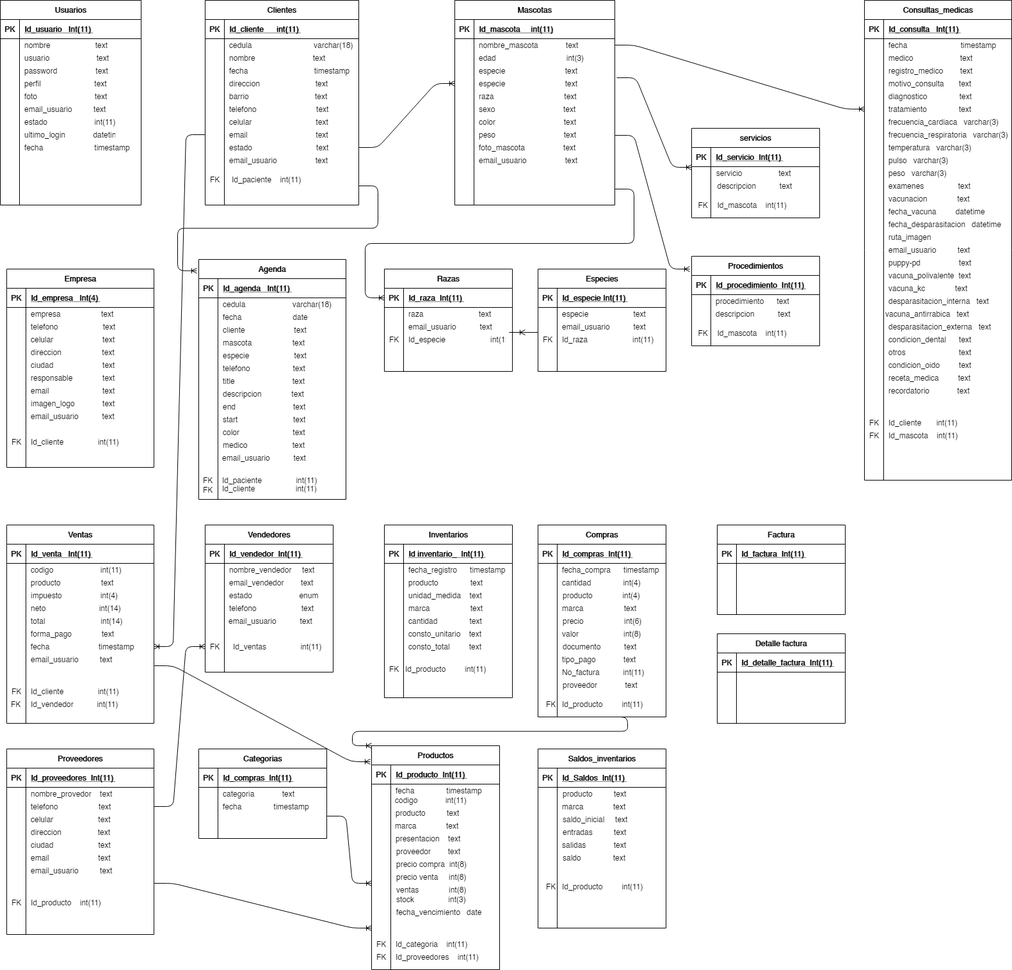
The draw.io diagram Untitled Diagram.png in heberthm/ejemplos-blog, before a commit. Source tidied: cells renumbered, new cells last; positions are measured from the earlier drawing's top-left corner, leaving out a move shared by most shapes.
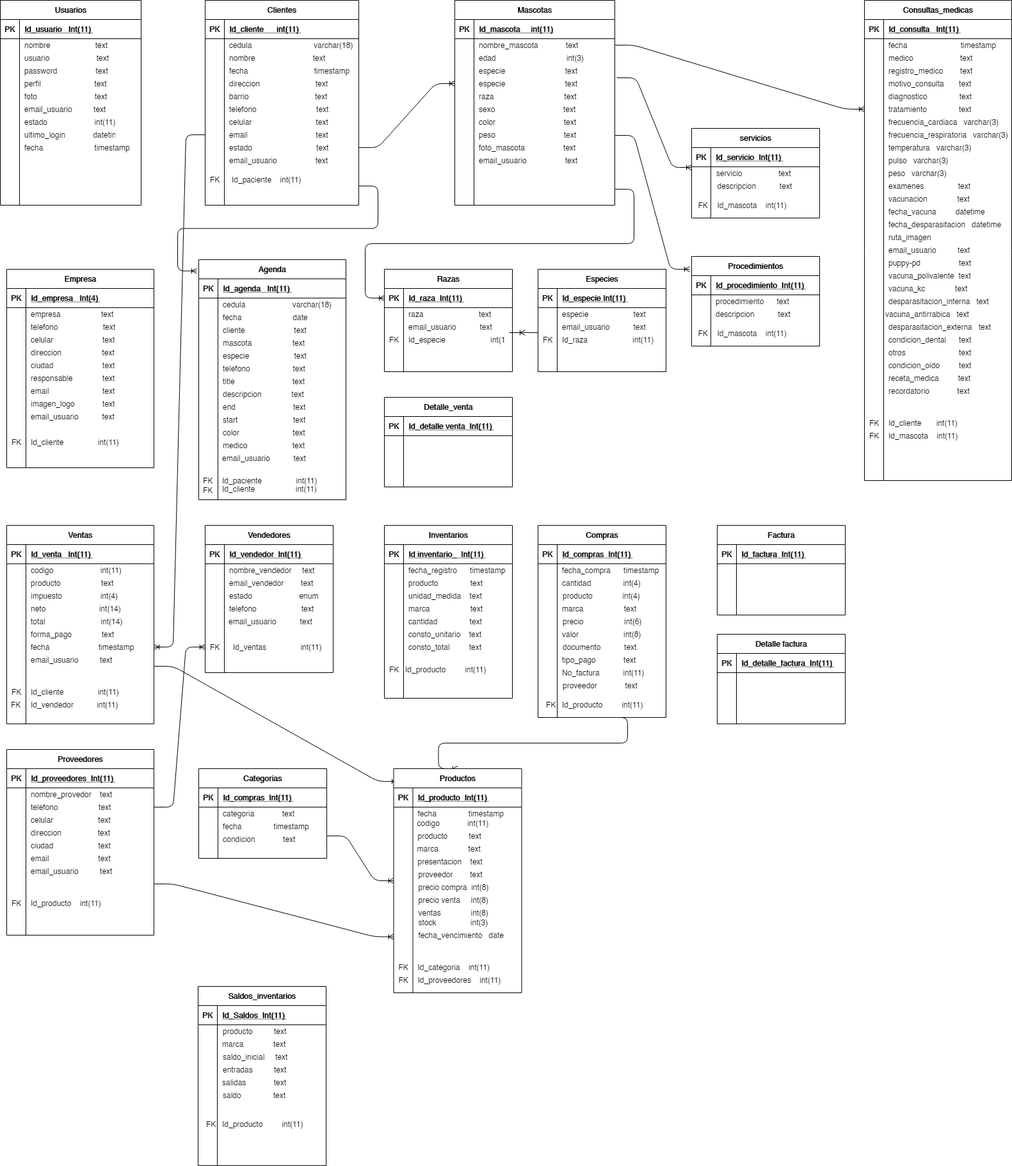
After the commit.

The edit, as a diff of the source:
```diff
@@ -931,27 +931,27 @@
     <mxCell id="309" value="fecha               timestamp" style="shape=partialRectangle;fillColor=none;top=0;left=0;bottom=0;right=0;align=left;spacingLeft=6;overflow=hidden;" parent="1" vertex="1">
-      <mxGeometry x="610" y="1225" width="170" height="20" as="geometry" />
+      <mxGeometry x="644.5" y="1260" width="170" height="20" as="geometry" />
     </mxCell>
     <mxCell id="310" value="codigo             int(11)" style="shape=partialRectangle;fillColor=none;top=0;left=0;bottom=0;right=0;align=left;spacingLeft=6;overflow=hidden;" parent="1" vertex="1">
-      <mxGeometry x="609" y="1240" width="170" height="20" as="geometry" />
+      <mxGeometry x="643.5" y="1275" width="170" height="20" as="geometry" />
     </mxCell>
     <mxCell id="311" value="marca              text" style="shape=partialRectangle;fillColor=none;top=0;left=0;bottom=0;right=0;align=left;spacingLeft=6;overflow=hidden;" parent="1" vertex="1">
-      <mxGeometry x="609" y="1280" width="170" height="20" as="geometry" />
+      <mxGeometry x="643.5" y="1315" width="170" height="20" as="geometry" />
     </mxCell>
     <mxCell id="312" value="proveedor        text" style="shape=partialRectangle;fillColor=none;top=0;left=0;bottom=0;right=0;align=left;spacingLeft=6;overflow=hidden;" parent="1" vertex="1">
-      <mxGeometry x="611" y="1320" width="170" height="20" as="geometry" />
+      <mxGeometry x="645.5" y="1355" width="170" height="20" as="geometry" />
     </mxCell>
     <mxCell id="313" value="precio compra  int(8)" style="shape=partialRectangle;fillColor=none;top=0;left=0;bottom=0;right=0;align=left;spacingLeft=6;overflow=hidden;" parent="1" vertex="1">
-      <mxGeometry x="611" y="1340" width="170" height="20" as="geometry" />
+      <mxGeometry x="645.5" y="1375" width="170" height="20" as="geometry" />
     </mxCell>
     <mxCell id="314" value="precio venta     int(8)" style="shape=partialRectangle;fillColor=none;top=0;left=0;bottom=0;right=0;align=left;spacingLeft=6;overflow=hidden;" parent="1" vertex="1">
-      <mxGeometry x="611" y="1360" width="170" height="20" as="geometry" />
+      <mxGeometry x="645.5" y="1395" width="170" height="20" as="geometry" />
     </mxCell>
     <mxCell id="315" value="producto          text" style="shape=partialRectangle;fillColor=none;top=0;left=0;bottom=0;right=0;align=left;spacingLeft=6;overflow=hidden;" parent="1" vertex="1">
-      <mxGeometry x="610" y="1260" width="170" height="20" as="geometry" />
+      <mxGeometry x="644.5" y="1295" width="170" height="20" as="geometry" />
     </mxCell>
     <mxCell id="316" value="stock                int(3)" style="shape=partialRectangle;fillColor=none;top=0;left=0;bottom=0;right=0;align=left;spacingLeft=6;overflow=hidden;" parent="1" vertex="1">
-      <mxGeometry x="611" y="1395" width="170" height="20" as="geometry" />
+      <mxGeometry x="645.5" y="1430" width="170" height="20" as="geometry" />
     </mxCell>
     <mxCell id="317" value="ventas              int(8)" style="shape=partialRectangle;fillColor=none;top=0;left=0;bottom=0;right=0;align=left;spacingLeft=6;overflow=hidden;" parent="1" vertex="1">
-      <mxGeometry x="611" y="1380" width="170" height="20" as="geometry" />
+      <mxGeometry x="645.5" y="1415" width="170" height="20" as="geometry" />
     </mxCell>
@@ -1011,4 +1011,16 @@
     </mxCell>
+    <mxCell id="413" value="Detalle_venta" style="shape=table;startSize=30;rowLines=0;fontStyle=1;align=center;" parent="1" vertex="1">
+      <mxGeometry x="600" y="620" width="200" height="140" as="geometry" />
+    </mxCell>
+    <mxCell id="414" style="shape=partialRectangle;fillColor=none;top=0;left=0;bottom=1;right=0;" parent="413" vertex="1">
+      <mxGeometry y="30" width="200" height="30" as="geometry" />
+    </mxCell>
+    <mxCell id="415" value="PK" style="shape=partialRectangle;fillColor=none;top=0;left=0;bottom=0;right=0;fontStyle=1;overflow=hidden;" parent="414" vertex="1">
+      <mxGeometry width="30" height="30" as="geometry" />
+    </mxCell>
+    <mxCell id="416" value="Id_detalle venta  Int(11) " style="shape=partialRectangle;fillColor=none;top=0;left=0;bottom=0;right=0;align=left;spacingLeft=6;fontStyle=5;overflow=hidden;" parent="414" vertex="1">
+      <mxGeometry x="30" width="170" height="30" as="geometry" />
+    </mxCell>
     <mxCell id="336" value="fecha_vencimiento   date" style="shape=partialRectangle;fillColor=none;top=0;left=0;bottom=0;right=0;align=left;spacingLeft=6;overflow=hidden;" parent="1" vertex="1">
-      <mxGeometry x="611" y="1415" width="170" height="20" as="geometry" />
+      <mxGeometry x="645.5" y="1450" width="170" height="20" as="geometry" />
     </mxCell>
@@ -1042,6 +1054,6 @@
     <mxCell id="346" value="FK" style="shape=partialRectangle;fillColor=none;top=0;left=0;bottom=0;right=0;align=left;spacingLeft=6;overflow=hidden;" parent="1" vertex="1">
-      <mxGeometry x="580" y="1485" width="40" height="20" as="geometry" />
+      <mxGeometry x="614.5" y="1520" width="40" height="20" as="geometry" />
     </mxCell>
     <mxCell id="347" value="FK" style="shape=partialRectangle;fillColor=none;top=0;left=0;bottom=0;right=0;align=left;spacingLeft=6;overflow=hidden;" parent="1" vertex="1">
-      <mxGeometry x="580" y="1465" width="40" height="20" as="geometry" />
+      <mxGeometry x="614.5" y="1500" width="40" height="20" as="geometry" />
     </mxCell>
@@ -1051,46 +1063,19 @@
     <mxCell id="349" value="Id_proveedores    int(11)" style="shape=partialRectangle;fillColor=none;top=0;left=0;bottom=0;right=0;align=left;spacingLeft=6;overflow=hidden;" parent="1" vertex="1">
-      <mxGeometry x="610" y="1485" width="170" height="20" as="geometry" />
+      <mxGeometry x="644.5" y="1520" width="170" height="20" as="geometry" />
     </mxCell>
     <mxCell id="350" value="Id_categoria    int(11)" style="shape=partialRectangle;fillColor=none;top=0;left=0;bottom=0;right=0;align=left;spacingLeft=6;overflow=hidden;" parent="1" vertex="1">
-      <mxGeometry x="610" y="1465" width="170" height="20" as="geometry" />
+      <mxGeometry x="644.5" y="1500" width="170" height="20" as="geometry" />
     </mxCell>
     <mxCell id="351" value="categoria             text" style="shape=partialRectangle;fillColor=none;top=0;left=0;bottom=0;right=0;align=left;spacingLeft=6;overflow=hidden;" parent="1" vertex="1">
-      <mxGeometry x="340" y="1230" width="170" height="20" as="geometry" />
+      <mxGeometry x="340" y="1260" width="170" height="20" as="geometry" />
     </mxCell>
     <mxCell id="352" value="fecha               timestamp" style="shape=partialRectangle;fillColor=none;top=0;left=0;bottom=0;right=0;align=left;spacingLeft=6;overflow=hidden;" parent="1" vertex="1">
-      <mxGeometry x="340" y="1250" width="170" height="20" as="geometry" />
+      <mxGeometry x="340" y="1280" width="170" height="20" as="geometry" />
     </mxCell>
-    <mxCell id="353" value="Categorias" style="shape=table;startSize=30;rowLines=0;fontStyle=1;align=center;" parent="1" vertex="1">
-      <mxGeometry x="310" y="1170" width="200" height="140" as="geometry" />
-    </mxCell>
-    <mxCell id="354" style="shape=partialRectangle;fillColor=none;top=0;left=0;bottom=1;right=0;" parent="353" vertex="1">
-      <mxGeometry y="30" width="200" height="30" as="geometry" />
-    </mxCell>
-    <mxCell id="355" value="PK" style="shape=partialRectangle;fillColor=none;top=0;left=0;bottom=0;right=0;fontStyle=1;overflow=hidden;" parent="354" vertex="1">
-      <mxGeometry width="30" height="30" as="geometry" />
-    </mxCell>
-    <mxCell id="356" value="Id_compras  Int(11) " style="shape=partialRectangle;fillColor=none;top=0;left=0;bottom=0;right=0;align=left;spacingLeft=6;fontStyle=5;overflow=hidden;" parent="354" vertex="1">
-      <mxGeometry x="30" width="170" height="30" as="geometry" />
-    </mxCell>
-    <mxCell id="357" value="Productos" style="shape=table;startSize=30;rowLines=0;fontStyle=1;align=center;" parent="1" vertex="1">
-      <mxGeometry x="580" y="1165" width="200" height="350" as="geometry" />
-    </mxCell>
-    <mxCell id="358" style="shape=partialRectangle;fillColor=none;top=0;left=0;bottom=1;right=0;" parent="357" vertex="1">
-      <mxGeometry y="30" width="200" height="30" as="geometry" />
-    </mxCell>
-    <mxCell id="359" value="PK" style="shape=partialRectangle;fillColor=none;top=0;left=0;bottom=0;right=0;fontStyle=1;overflow=hidden;" parent="358" vertex="1">
-      <mxGeometry width="30" height="30" as="geometry" />
-    </mxCell>
-    <mxCell id="360" value="Id_producto  Int(11) " style="shape=partialRectangle;fillColor=none;top=0;left=0;bottom=0;right=0;align=left;spacingLeft=6;fontStyle=5;overflow=hidden;" parent="358" vertex="1">
-      <mxGeometry x="30" width="170" height="30" as="geometry" />
-    </mxCell>
-    <mxCell id="361" style="edgeStyle=entityRelationEdgeStyle;fontSize=12;html=1;endArrow=ERoneToMany;exitX=1;exitY=0.75;exitDx=0;exitDy=0;" parent="1" edge="1" source="353">
-      <mxGeometry relative="1" as="geometry">
-        <mxPoint x="580" y="1380" as="targetPoint" />
-      </mxGeometry>
+    <mxCell id="361" style="edgeStyle=entityRelationEdgeStyle;fontSize=12;html=1;endArrow=ERoneToMany;exitX=1;exitY=0.75;exitDx=0;exitDy=0;entryX=0;entryY=0.5;entryDx=0;entryDy=0;" parent="1" edge="1" source="353" target="357">
+      <mxGeometry relative="1" as="geometry" />
     </mxCell>
-    <mxCell id="362" style="edgeStyle=entityRelationEdgeStyle;fontSize=12;html=1;endArrow=ERoneToMany;" parent="1" edge="1">
+    <mxCell id="362" style="edgeStyle=entityRelationEdgeStyle;fontSize=12;html=1;endArrow=ERoneToMany;entryX=0;entryY=0.75;entryDx=0;entryDy=0;" parent="1" edge="1" target="357">
       <mxGeometry relative="1" as="geometry">
         <mxPoint x="240" y="1380" as="sourcePoint" />
-        <mxPoint x="580" y="1450" as="targetPoint" />
       </mxGeometry>
@@ -1110,3 +1095,3 @@
     <mxCell id="367" value="presentacion    text" style="shape=partialRectangle;fillColor=none;top=0;left=0;bottom=0;right=0;align=left;spacingLeft=6;overflow=hidden;" parent="1" vertex="1">
-      <mxGeometry x="610" y="1300" width="170" height="20" as="geometry" />
+      <mxGeometry x="644.5" y="1335" width="170" height="20" as="geometry" />
     </mxCell>
@@ -1139,31 +1124,19 @@
     </mxCell>
-    <mxCell id="377" value="Saldos_inventarios" style="shape=table;startSize=30;rowLines=0;fontStyle=1;align=center;" parent="1" vertex="1">
-      <mxGeometry x="840" y="1170" width="200" height="280" as="geometry" />
-    </mxCell>
-    <mxCell id="378" style="shape=partialRectangle;fillColor=none;top=0;left=0;bottom=1;right=0;" parent="377" vertex="1">
-      <mxGeometry y="30" width="200" height="30" as="geometry" />
-    </mxCell>
-    <mxCell id="379" value="PK" style="shape=partialRectangle;fillColor=none;top=0;left=0;bottom=0;right=0;fontStyle=1;overflow=hidden;" parent="378" vertex="1">
-      <mxGeometry width="30" height="30" as="geometry" />
-    </mxCell>
-    <mxCell id="380" value="Id_Saldos  Int(11) " style="shape=partialRectangle;fillColor=none;top=0;left=0;bottom=0;right=0;align=left;spacingLeft=6;fontStyle=5;overflow=hidden;" parent="378" vertex="1">
-      <mxGeometry x="30" width="170" height="30" as="geometry" />
-    </mxCell>
     <mxCell id="381" value="producto          text" style="shape=partialRectangle;fillColor=none;top=0;left=0;bottom=0;right=0;align=left;spacingLeft=6;overflow=hidden;" parent="1" vertex="1">
-      <mxGeometry x="871" y="1230" width="170" height="20" as="geometry" />
+      <mxGeometry x="340" y="1600" width="170" height="20" as="geometry" />
     </mxCell>
     <mxCell id="382" value="marca              text" style="shape=partialRectangle;fillColor=none;top=0;left=0;bottom=0;right=0;align=left;spacingLeft=6;overflow=hidden;" parent="1" vertex="1">
-      <mxGeometry x="870" y="1250" width="170" height="20" as="geometry" />
+      <mxGeometry x="339" y="1620" width="170" height="20" as="geometry" />
     </mxCell>
     <mxCell id="383" value="saldo_inicial     text" style="shape=partialRectangle;fillColor=none;top=0;left=0;bottom=0;right=0;align=left;spacingLeft=6;overflow=hidden;" parent="1" vertex="1">
-      <mxGeometry x="871" y="1270" width="170" height="20" as="geometry" />
+      <mxGeometry x="340" y="1640" width="170" height="20" as="geometry" />
     </mxCell>
     <mxCell id="384" value="entradas          text" style="shape=partialRectangle;fillColor=none;top=0;left=0;bottom=0;right=0;align=left;spacingLeft=6;overflow=hidden;" parent="1" vertex="1">
-      <mxGeometry x="871" y="1290" width="170" height="20" as="geometry" />
+      <mxGeometry x="340" y="1660" width="170" height="20" as="geometry" />
     </mxCell>
     <mxCell id="385" value="salidas             text" style="shape=partialRectangle;fillColor=none;top=0;left=0;bottom=0;right=0;align=left;spacingLeft=6;overflow=hidden;" parent="1" vertex="1">
-      <mxGeometry x="870" y="1310" width="170" height="20" as="geometry" />
+      <mxGeometry x="339" y="1680" width="170" height="20" as="geometry" />
     </mxCell>
     <mxCell id="386" value="saldo               text" style="shape=partialRectangle;fillColor=none;top=0;left=0;bottom=0;right=0;align=left;spacingLeft=6;overflow=hidden;" parent="1" vertex="1">
-      <mxGeometry x="871" y="1330" width="170" height="20" as="geometry" />
+      <mxGeometry x="340" y="1700" width="170" height="20" as="geometry" />
     </mxCell>
@@ -1205,6 +1178,4 @@
     </mxCell>
-    <mxCell id="399" style="edgeStyle=entityRelationEdgeStyle;fontSize=12;html=1;endArrow=ERoneToMany;exitX=1;exitY=1;exitDx=0;exitDy=0;exitPerimeter=0;" parent="1" edge="1" source="277">
-      <mxGeometry relative="1" as="geometry">
-        <mxPoint x="578" y="1190" as="targetPoint" />
-      </mxGeometry>
+    <mxCell id="399" style="edgeStyle=entityRelationEdgeStyle;fontSize=12;html=1;endArrow=ERoneToMany;exitX=1;exitY=1;exitDx=0;exitDy=0;exitPerimeter=0;entryX=0.028;entryY=0.057;entryDx=0;entryDy=0;entryPerimeter=0;" parent="1" edge="1" source="277" target="357">
+      <mxGeometry relative="1" as="geometry" />
     </mxCell>
@@ -1248,3 +1219,3 @@
     </mxCell>
-    <mxCell id="410" style="edgeStyle=entityRelationEdgeStyle;fontSize=12;html=1;endArrow=ERoneToMany;entryX=0;entryY=0;entryDx=0;entryDy=0;" parent="1" edge="1" target="357">
+    <mxCell id="410" style="edgeStyle=entityRelationEdgeStyle;fontSize=12;html=1;endArrow=ERoneToMany;entryX=0.5;entryY=0;entryDx=0;entryDy=0;" parent="1" edge="1" target="357">
       <mxGeometry relative="1" as="geometry">
@@ -1254,7 +1225,46 @@
     <mxCell id="411" value="FK" style="shape=partialRectangle;fillColor=none;top=0;left=0;bottom=0;right=0;align=left;spacingLeft=6;overflow=hidden;" parent="1" vertex="1">
-      <mxGeometry x="845" y="1375" width="40" height="20" as="geometry" />
+      <mxGeometry x="314" y="1745" width="40" height="20" as="geometry" />
     </mxCell>
     <mxCell id="412" value="Id_producto         int(11)" style="shape=partialRectangle;fillColor=none;top=0;left=0;bottom=0;right=0;align=left;spacingLeft=6;overflow=hidden;" parent="1" vertex="1">
-      <mxGeometry x="870" y="1375" width="170" height="20" as="geometry" />
+      <mxGeometry x="339" y="1745" width="170" height="20" as="geometry" />
     </mxCell>
+    <mxCell id="357" value="Productos" style="shape=table;startSize=30;rowLines=0;fontStyle=1;align=center;" parent="1" vertex="1">
+      <mxGeometry x="614.5" y="1200" width="200" height="350" as="geometry" />
+    </mxCell>
+    <mxCell id="358" style="shape=partialRectangle;fillColor=none;top=0;left=0;bottom=1;right=0;" parent="357" vertex="1">
+      <mxGeometry y="30" width="200" height="30" as="geometry" />
+    </mxCell>
+    <mxCell id="359" value="PK" style="shape=partialRectangle;fillColor=none;top=0;left=0;bottom=0;right=0;fontStyle=1;overflow=hidden;" parent="358" vertex="1">
+      <mxGeometry width="30" height="30" as="geometry" />
+    </mxCell>
+    <mxCell id="360" value="Id_producto  Int(11) " style="shape=partialRectangle;fillColor=none;top=0;left=0;bottom=0;right=0;align=left;spacingLeft=6;fontStyle=5;overflow=hidden;" parent="358" vertex="1">
+      <mxGeometry x="30" width="170" height="30" as="geometry" />
+    </mxCell>
+    <mxCell id="377" value="Saldos_inventarios" style="shape=table;startSize=30;rowLines=0;fontStyle=1;align=center;" parent="1" vertex="1">
+      <mxGeometry x="309" y="1540" width="200" height="280" as="geometry" />
+    </mxCell>
+    <mxCell id="378" style="shape=partialRectangle;fillColor=none;top=0;left=0;bottom=1;right=0;" parent="377" vertex="1">
+      <mxGeometry y="30" width="200" height="30" as="geometry" />
+    </mxCell>
+    <mxCell id="379" value="PK" style="shape=partialRectangle;fillColor=none;top=0;left=0;bottom=0;right=0;fontStyle=1;overflow=hidden;" parent="378" vertex="1">
+      <mxGeometry width="30" height="30" as="geometry" />
+    </mxCell>
+    <mxCell id="380" value="Id_Saldos  Int(11) " style="shape=partialRectangle;fillColor=none;top=0;left=0;bottom=0;right=0;align=left;spacingLeft=6;fontStyle=5;overflow=hidden;" parent="378" vertex="1">
+      <mxGeometry x="30" width="170" height="30" as="geometry" />
+    </mxCell>
+    <mxCell id="353" value="Categorias" style="shape=table;startSize=30;rowLines=0;fontStyle=1;align=center;" parent="1" vertex="1">
+      <mxGeometry x="310" y="1200" width="200" height="140" as="geometry" />
+    </mxCell>
+    <mxCell id="354" style="shape=partialRectangle;fillColor=none;top=0;left=0;bottom=1;right=0;" parent="353" vertex="1">
+      <mxGeometry y="30" width="200" height="30" as="geometry" />
+    </mxCell>
+    <mxCell id="355" value="PK" style="shape=partialRectangle;fillColor=none;top=0;left=0;bottom=0;right=0;fontStyle=1;overflow=hidden;" parent="354" vertex="1">
+      <mxGeometry width="30" height="30" as="geometry" />
+    </mxCell>
+    <mxCell id="356" value="Id_compras  Int(11) " style="shape=partialRectangle;fillColor=none;top=0;left=0;bottom=0;right=0;align=left;spacingLeft=6;fontStyle=5;overflow=hidden;" parent="354" vertex="1">
+      <mxGeometry x="30" width="170" height="30" as="geometry" />
+    </mxCell>
+    <mxCell id="417" value="condicion             text" style="shape=partialRectangle;fillColor=none;top=0;left=0;bottom=0;right=0;align=left;spacingLeft=6;overflow=hidden;" parent="1" vertex="1">
+      <mxGeometry x="340" y="1300" width="170" height="20" as="geometry" />
+    </mxCell>
   </root>
```
